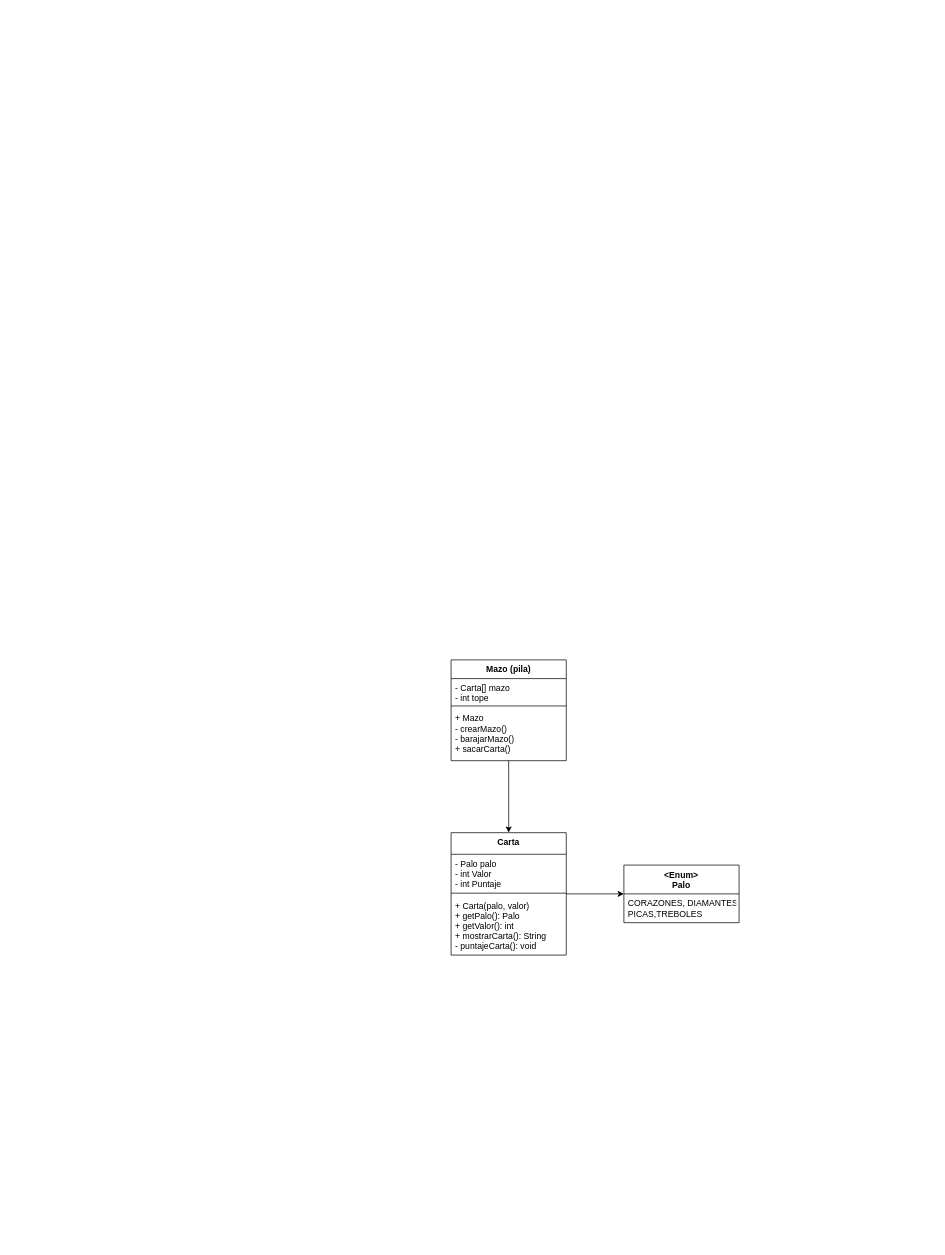
Earlier version of the draw.io diagram CorazonesV2/DiagramaUML.drawio (JosueGaticaOdato/POaO2022). Source tidied: cells renumbered, new cells numbered last; positions are measured from the earlier drawing's top-left corner, leaving out a move shared by most shapes. Both pictures are drawn from the tidied source at 72%, with x=0, y=0 at pixel (451, 660).
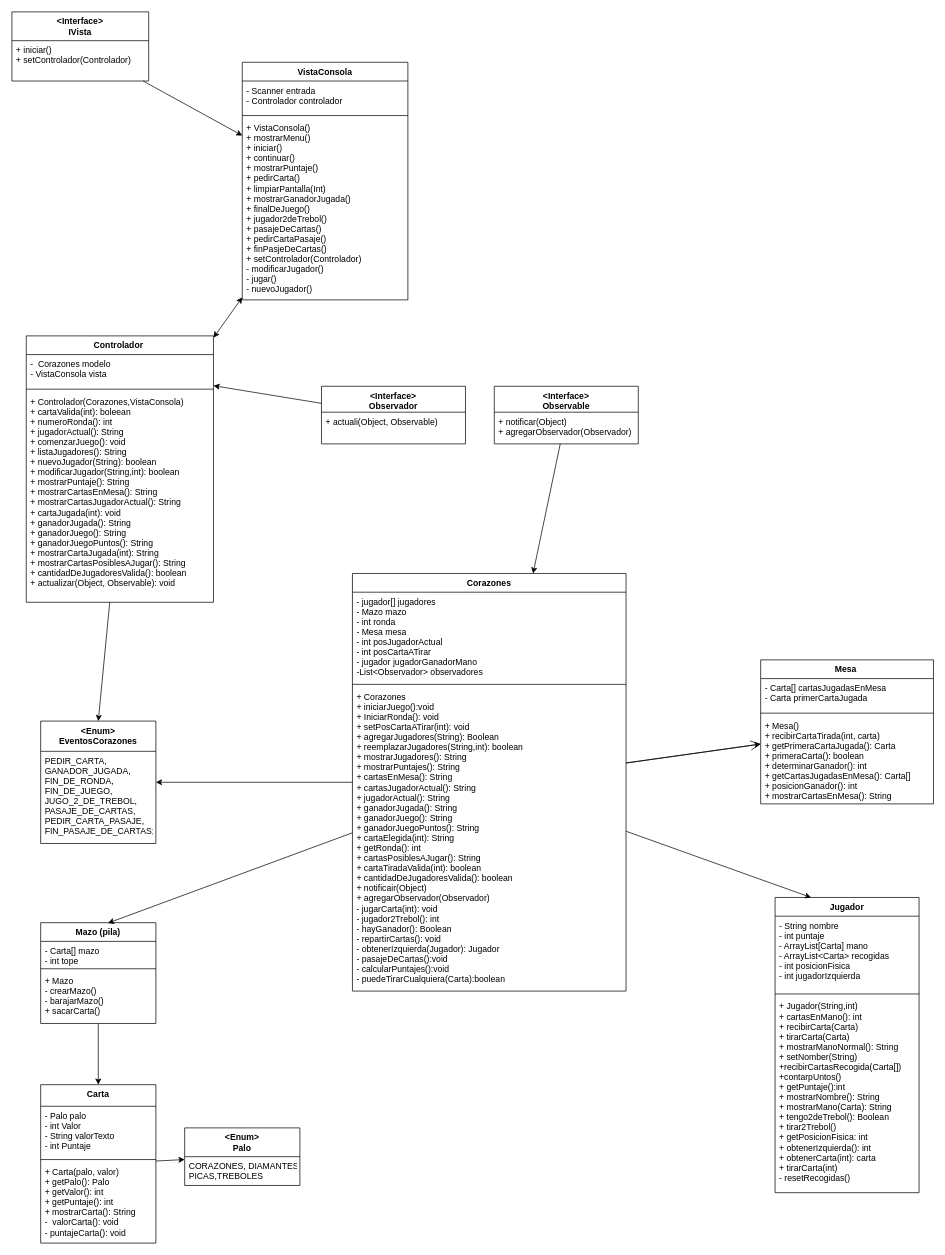
The same diagram, later.

Commit message (it also covers changes not shown here):
Actualizado UML

Change to the diagram source:
```diff
@@
     <mxCell id="2" value="Carta" style="swimlane;fontStyle=1;align=center;verticalAlign=top;horizontal=1;startSize=30;" parent="1" vertex="1">
-      <mxGeometry y="240" width="160" height="170" as="geometry" />
+      <mxGeometry x="-570" y="590" width="160" height="220" as="geometry" />
     </mxCell>
-    <mxCell id="3" value="- Palo palo&#10;- int Valor&#10;- int Puntaje" style="text;strokeColor=none;fillColor=none;align=left;verticalAlign=top;spacingLeft=4;spacingRight=4;overflow=hidden;" parent="2" vertex="1">
-      <mxGeometry y="30" width="160" height="50" as="geometry" />
+    <mxCell id="3" value="- Palo palo&#10;- int Valor&#10;- String valorTexto&#10;- int Puntaje" style="text;strokeColor=none;fillColor=none;align=left;verticalAlign=top;spacingLeft=4;spacingRight=4;overflow=hidden;" parent="2" vertex="1">
+      <mxGeometry y="30" width="160" height="70" as="geometry" />
     </mxCell>
     <mxCell id="4" style="line;strokeWidth=1;fillColor=none;align=left;verticalAlign=middle;spacingTop=-1;spacingLeft=3;spacingRight=3;labelPosition=right;strokeColor=inherit;" parent="2" vertex="1">
-      <mxGeometry y="80" width="160" height="8" as="geometry" />
+      <mxGeometry y="100" width="160" height="8" as="geometry" />
     </mxCell>
-    <mxCell id="5" value="+ Carta(palo, valor)&#10;+ getPalo(): Palo&#10;+ getValor(): int&#10;+ mostrarCarta(): String&#10;- puntajeCarta(): void" style="text;strokeColor=none;fillColor=none;align=left;verticalAlign=top;spacingLeft=4;spacingRight=4;overflow=hidden;" parent="2" vertex="1">
-      <mxGeometry y="88" width="160" height="82" as="geometry" />
+    <mxCell id="5" value="+ Carta(palo, valor)&#10;+ getPalo(): Palo&#10;+ getValor(): int&#10;+ getPuntaje(): int&#10;+ mostrarCarta(): String&#10;-  valorCarta(): void&#10;- puntajeCarta(): void" style="text;strokeColor=none;fillColor=none;align=left;verticalAlign=top;spacingLeft=4;spacingRight=4;overflow=hidden;" parent="2" vertex="1">
+      <mxGeometry y="108" width="160" height="112" as="geometry" />
     </mxCell>
     <mxCell id="6" value="&lt;Enum&gt;&#10;Palo" style="swimlane;fontStyle=1;align=center;verticalAlign=top;horizontal=1;startSize=40;" parent="1" vertex="1">
-      <mxGeometry x="240" y="285" width="160" height="80" as="geometry" />
+      <mxGeometry x="-370" y="650" width="160" height="80" as="geometry" />
     </mxCell>
@@
     <mxCell id="9" value="Mazo (pila)" style="swimlane;fontStyle=1;align=center;verticalAlign=top;horizontal=1;startSize=26;" parent="1" vertex="1">
-      <mxGeometry width="160" height="140" as="geometry" />
+      <mxGeometry x="-570" y="365" width="160" height="140" as="geometry" />
     </mxCell>
@@
+    <mxCell id="14" value="Corazones" style="swimlane;fontStyle=1;align=center;verticalAlign=top;horizontal=1;startSize=26;" parent="1" vertex="1">
+      <mxGeometry x="-137" y="-120" width="380" height="580" as="geometry" />
+    </mxCell>
+    <mxCell id="15" value="- jugador[] jugadores&#10;- Mazo mazo&#10;- int ronda&#10;- Mesa mesa&#10;- int posJugadorActual&#10;- int posCartaATirar&#10;- jugador jugadorGanadorMano&#10;-List&lt;Observador&gt; observadores&#10;" style="text;strokeColor=none;fillColor=none;align=left;verticalAlign=top;spacingLeft=4;spacingRight=4;overflow=hidden;" parent="14" vertex="1">
+      <mxGeometry y="26" width="380" height="124" as="geometry" />
+    </mxCell>
+    <mxCell id="16" style="line;strokeWidth=1;fillColor=none;align=left;verticalAlign=middle;spacingTop=-1;spacingLeft=3;spacingRight=3;labelPosition=right;strokeColor=inherit;" parent="14" vertex="1">
+      <mxGeometry y="150" width="380" height="8" as="geometry" />
+    </mxCell>
+    <mxCell id="17" value="+ Corazones&#10;+ iniciarJuego():void&#10;+ IniciarRonda(): void&#10;+ setPosCartaATirar(int): void&#10;+ agregarJugadores(String): Boolean&#10;+ reemplazarJugadores(String,int): boolean&#10;+ mostrarJugadores(): String&#10;+ mostrarPuntajes(): String&#10;+ cartasEnMesa(): String&#10;+ cartasJugadorActual(): String&#10;+ jugadorActual(): String&#10;+ ganadorJugada(): String&#10;+ ganadorJuego(): String&#10;+ ganadorJuegoPuntos(): String&#10;+ cartaElegida(int): String&#10;+ getRonda(): int&#10;+ cartasPosiblesAJugar(): String&#10;+ cartaTiradaValida(int): boolean&#10;+ cantidadDeJugadoresValida(): boolean&#10;+ notificair(Object)&#10;+ agregarObservador(Observador)&#10;- jugarCarta(int): void&#10;- jugador2Trebol(): int&#10;- hayGanador(): Boolean&#10;- repartirCartas(): void&#10;- obtenerIzquierda(Jugador): Jugador&#10;- pasajeDeCartas():void&#10;- calcularPuntajes():void&#10;- puedeTirarCualquiera(Carta):boolean&#10;&#10;&#10;" style="text;strokeColor=none;fillColor=none;align=left;verticalAlign=top;spacingLeft=4;spacingRight=4;overflow=hidden;" parent="14" vertex="1">
+      <mxGeometry y="158" width="380" height="422" as="geometry" />
+    </mxCell>
+    <mxCell id="18" value="&lt;Enum&gt;&#10;EventosCorazones" style="swimlane;fontStyle=1;align=center;verticalAlign=top;horizontal=1;startSize=42;" parent="1" vertex="1">
+      <mxGeometry x="-570" y="85" width="160" height="170" as="geometry" />
+    </mxCell>
+    <mxCell id="19" value="PEDIR_CARTA, &#10;&#9;GANADOR_JUGADA,&#10;&#9;FIN_DE_RONDA,&#10;&#9;FIN_DE_JUEGO,&#10;&#9;JUGO_2_DE_TREBOL,&#10;&#9;PASAJE_DE_CARTAS,&#10;&#9;PEDIR_CARTA_PASAJE,&#10;&#9;FIN_PASAJE_DE_CARTAS;" style="text;strokeColor=none;fillColor=none;align=left;verticalAlign=top;spacingLeft=4;spacingRight=4;overflow=hidden;" parent="18" vertex="1">
+      <mxGeometry y="42" width="160" height="128" as="geometry" />
+    </mxCell>
+    <mxCell id="20" style="endArrow=classic;html=1;rounded=0;entryX=0.584;entryY=0.004;entryDx=0;entryDy=0;entryPerimeter=0;" parent="1" edge="1" source="14" target="9">
+      <mxGeometry relative="1" as="geometry" />
+    </mxCell>
+    <mxCell id="21" value="Mesa " style="swimlane;fontStyle=1;align=center;verticalAlign=top;horizontal=1;startSize=26;" parent="1" vertex="1">
+      <mxGeometry x="430" width="240" height="200" as="geometry" />
+    </mxCell>
+    <mxCell id="22" value="- Carta[] cartasJugadasEnMesa&#10;- Carta primerCartaJugada" style="text;strokeColor=none;fillColor=none;align=left;verticalAlign=top;spacingLeft=4;spacingRight=4;overflow=hidden;" parent="21" vertex="1">
+      <mxGeometry y="26" width="240" height="44" as="geometry" />
+    </mxCell>
+    <mxCell id="23" style="line;strokeWidth=1;fillColor=none;align=left;verticalAlign=middle;spacingTop=-1;spacingLeft=3;spacingRight=3;labelPosition=right;strokeColor=inherit;" parent="21" vertex="1">
+      <mxGeometry y="70" width="240" height="8" as="geometry" />
+    </mxCell>
+    <mxCell id="24" value="+ Mesa()&#10;+ recibirCartaTirada(int, carta)&#10;+ getPrimeraCartaJugada(): Carta&#10;+ primeraCarta(): boolean&#10;+ determinarGanador(): int&#10;+ getCartasJugadasEnMesa(): Carta[]&#10;+ posicionGanador(): int&#10;+ mostrarCartasEnMesa(): String" style="text;strokeColor=none;fillColor=none;align=left;verticalAlign=top;spacingLeft=4;spacingRight=4;overflow=hidden;" parent="21" vertex="1">
+      <mxGeometry y="78" width="240" height="122" as="geometry" />
+    </mxCell>
+    <mxCell id="25" style="endArrow=open;endFill=1;endSize=12;html=1;rounded=0;" parent="1" edge="1" source="14" target="21">
+      <mxGeometry relative="1" as="geometry" />
+    </mxCell>
+    <mxCell id="26" style="endArrow=classic;html=1;rounded=0;" parent="1" edge="1" source="14" target="21">
+      <mxGeometry relative="1" as="geometry" />
+    </mxCell>
+    <mxCell id="27" value="Jugador" style="swimlane;fontStyle=1;align=center;verticalAlign=top;horizontal=1;startSize=26;" parent="1" vertex="1">
+      <mxGeometry x="450" y="330" width="200" height="410" as="geometry" />
+    </mxCell>
+    <mxCell id="28" value="- String nombre&#10;- int puntaje&#10;- ArrayList[Carta] mano&#10;- ArrayList&lt;Carta&gt; recogidas&#10;- int posicionFisica&#10;- int jugadorIzquierda&#10;" style="text;strokeColor=none;fillColor=none;align=left;verticalAlign=top;spacingLeft=4;spacingRight=4;overflow=hidden;" parent="27" vertex="1">
+      <mxGeometry y="26" width="200" height="104" as="geometry" />
+    </mxCell>
+    <mxCell id="29" style="line;strokeWidth=1;fillColor=none;align=left;verticalAlign=middle;spacingTop=-1;spacingLeft=3;spacingRight=3;labelPosition=right;strokeColor=inherit;" parent="27" vertex="1">
+      <mxGeometry y="130" width="200" height="8" as="geometry" />
+    </mxCell>
+    <mxCell id="30" value="+ Jugador(String,int)&#10;+ cartasEnMano(): int&#10;+ recibirCarta(Carta)&#10;+ tirarCarta(Carta)&#10;+ mostrarManoNormal(): String&#10;+ setNomber(String)&#10;+recibirCartasRecogida(Carta[])&#10;+contarpUntos()&#10;+ getPuntaje():int&#10;+ mostrarNombre(): String&#10;+ mostrarMano(Carta): String&#10;+ tengo2deTrebol(): Boolean&#10;+ tirar2Trebol()&#10;+ getPosicionFisica: int&#10;+ obtenerIzquierda(): int&#10;+ obtenerCarta(int): carta&#10;+ tirarCarta(int)&#10;- resetRecogidas()" style="text;strokeColor=none;fillColor=none;align=left;verticalAlign=top;spacingLeft=4;spacingRight=4;overflow=hidden;" parent="27" vertex="1">
+      <mxGeometry y="138" width="200" height="272" as="geometry" />
+    </mxCell>
+    <mxCell id="31" style="endArrow=classic;html=1;rounded=0;entryX=0.25;entryY=0;entryDx=0;entryDy=0;" parent="1" edge="1" source="14" target="27">
+      <mxGeometry relative="1" as="geometry" />
+    </mxCell>
+    <mxCell id="32" style="endArrow=classic;html=1;rounded=0;" parent="1" edge="1" source="14" target="18">
+      <mxGeometry relative="1" as="geometry" />
+    </mxCell>
+    <mxCell id="33" value="&lt;Interface&gt;&#10;Observable&#10;" style="swimlane;fontStyle=1;align=center;verticalAlign=top;horizontal=1;startSize=36;" parent="1" vertex="1">
+      <mxGeometry x="60" y="-380" width="200" height="80" as="geometry" />
+    </mxCell>
+    <mxCell id="34" value="+ notificar(Object)&#10;+ agregarObservador(Observador)" style="text;strokeColor=none;fillColor=none;align=left;verticalAlign=top;spacingLeft=4;spacingRight=4;overflow=hidden;" parent="33" vertex="1">
+      <mxGeometry y="36" width="200" height="44" as="geometry" />
+    </mxCell>
+    <mxCell id="35" value="&lt;Interface&gt;&#10;Observador" style="swimlane;fontStyle=1;align=center;verticalAlign=top;horizontal=1;startSize=36;" parent="1" vertex="1">
+      <mxGeometry x="-180" y="-380" width="200" height="80" as="geometry" />
+    </mxCell>
+    <mxCell id="36" value="+ actuali(Object, Observable)" style="text;strokeColor=none;fillColor=none;align=left;verticalAlign=top;spacingLeft=4;spacingRight=4;overflow=hidden;" parent="35" vertex="1">
+      <mxGeometry y="36" width="200" height="44" as="geometry" />
+    </mxCell>
+    <mxCell id="37" style="endArrow=classic;html=1;rounded=0;" parent="1" edge="1" source="33" target="14">
+      <mxGeometry relative="1" as="geometry" />
+    </mxCell>
+    <mxCell id="38" value="Controlador " style="swimlane;fontStyle=1;align=center;verticalAlign=top;horizontal=1;startSize=26;" parent="1" vertex="1">
+      <mxGeometry x="-590" y="-450" width="260" height="370" as="geometry" />
+    </mxCell>
+    <mxCell id="39" value="-  Corazones modelo&#10;- VistaConsola vista" style="text;strokeColor=none;fillColor=none;align=left;verticalAlign=top;spacingLeft=4;spacingRight=4;overflow=hidden;points=[[0,0.5],[1,0.5]];portConstraint=eastwest;" parent="38" vertex="1">
+      <mxGeometry y="26" width="260" height="44" as="geometry" />
+    </mxCell>
+    <mxCell id="40" style="line;strokeWidth=1;fillColor=none;align=left;verticalAlign=middle;spacingTop=-1;spacingLeft=3;spacingRight=3;labelPosition=right;strokeColor=inherit;" parent="38" vertex="1">
+      <mxGeometry y="70" width="260" height="8" as="geometry" />
+    </mxCell>
+    <mxCell id="41" value="+ Controlador(Corazones,VistaConsola)&#10;+ cartaValida(int): boleean&#10;+ numeroRonda(): int&#10;+ jugadorActual(): String&#10;+ comenzarJuego(): void&#10;+ listaJugadores(): String&#10;+ nuevoJugador(String): boolean&#10;+ modificarJugador(String,int): boolean&#10;+ mostrarPuntaje(): String&#10;+ mostrarCartasEnMesa(): String&#10;+ mostrarCartasJugadorActual(): String&#10;+ cartaJugada(int): void&#10;+ ganadorJugada(): String&#10;+ ganadorJuego(): String&#10;+ ganadorJuegoPuntos(): String&#10;+ mostrarCartaJugada(int): String&#10;+ mostrarCartasPosiblesAJugar(): String&#10;+ cantidadDeJugadoresValida(): boolean&#10;+ actualizar(Object, Observable): void" style="text;strokeColor=none;fillColor=none;align=left;verticalAlign=top;spacingLeft=4;spacingRight=4;overflow=hidden;points=[[0,0.5],[1,0.5]];portConstraint=eastwest;" parent="38" vertex="1">
+      <mxGeometry y="78" width="260" height="292" as="geometry" />
+    </mxCell>
+    <mxCell id="42" style="endArrow=classic;html=1;rounded=0;entryX=0.5;entryY=0;entryDx=0;entryDy=0;" parent="1" edge="1" source="41" target="18">
+      <mxGeometry relative="1" as="geometry" />
+    </mxCell>
+    <mxCell id="43" style="endArrow=classic;html=1;rounded=0;" parent="1" edge="1" source="35" target="39">
+      <mxGeometry relative="1" as="geometry" />
+    </mxCell>
+    <mxCell id="44" value="VistaConsola" style="swimlane;fontStyle=1;align=center;verticalAlign=top;horizontal=1;startSize=26;" parent="1" vertex="1">
+      <mxGeometry x="-290" y="-830" width="230" height="330" as="geometry" />
+    </mxCell>
+    <mxCell id="45" value="- Scanner entrada&#10;- Controlador controlador&#10;" style="text;strokeColor=none;fillColor=none;align=left;verticalAlign=top;spacingLeft=4;spacingRight=4;overflow=hidden;" parent="44" vertex="1">
+      <mxGeometry y="26" width="230" height="44" as="geometry" />
+    </mxCell>
+    <mxCell id="46" style="line;strokeWidth=1;fillColor=none;align=left;verticalAlign=middle;spacingTop=-1;spacingLeft=3;spacingRight=3;labelPosition=right;strokeColor=inherit;" parent="44" vertex="1">
+      <mxGeometry y="70" width="230" height="8" as="geometry" />
+    </mxCell>
+    <mxCell id="47" value="+ VistaConsola()&#10;+ mostrarMenu()&#10;+ iniciar()&#10;+ continuar()&#10;+ mostrarPuntaje()&#10;+ pedirCarta()&#10;+ limpiarPantalla(Int)&#10;+ mostrarGanadorJugada()&#10;+ finalDeJuego()&#10;+ jugador2deTrebol()&#10;+ pasajeDeCartas()&#10;+ pedirCartaPasaje()&#10;+ finPasjeDeCartas()&#10;+ setControlador(Controlador)&#10;- modificarJugador()&#10;- jugar()&#10;- nuevoJugador()" style="text;strokeColor=none;fillColor=none;align=left;verticalAlign=top;spacingLeft=4;spacingRight=4;overflow=hidden;" parent="44" vertex="1">
+      <mxGeometry y="78" width="230" height="252" as="geometry" />
+    </mxCell>
+    <mxCell id="48" style="endArrow=classic;startArrow=classic;html=1;rounded=0;" parent="1" edge="1" source="38" target="44">
+      <mxGeometry relative="1" as="geometry" />
+    </mxCell>
+    <mxCell id="49" value="&lt;Interface&gt;&#10;IVista" style="swimlane;fontStyle=1;align=center;verticalAlign=top;horizontal=1;startSize=40;" parent="1" vertex="1">
+      <mxGeometry x="-610" y="-900" width="190" height="96" as="geometry" />
+    </mxCell>
+    <mxCell id="50" value="+ iniciar()&#10;+ setControlador(Controlador)" style="text;strokeColor=none;fillColor=none;align=left;verticalAlign=top;spacingLeft=4;spacingRight=4;overflow=hidden;" parent="49" vertex="1">
+      <mxGeometry y="40" width="190" height="56" as="geometry" />
+    </mxCell>
+    <mxCell id="51" style="endArrow=classic;html=1;rounded=0;" parent="1" edge="1" source="49" target="44">
+      <mxGeometry relative="1" as="geometry" />
+    </mxCell>
```
